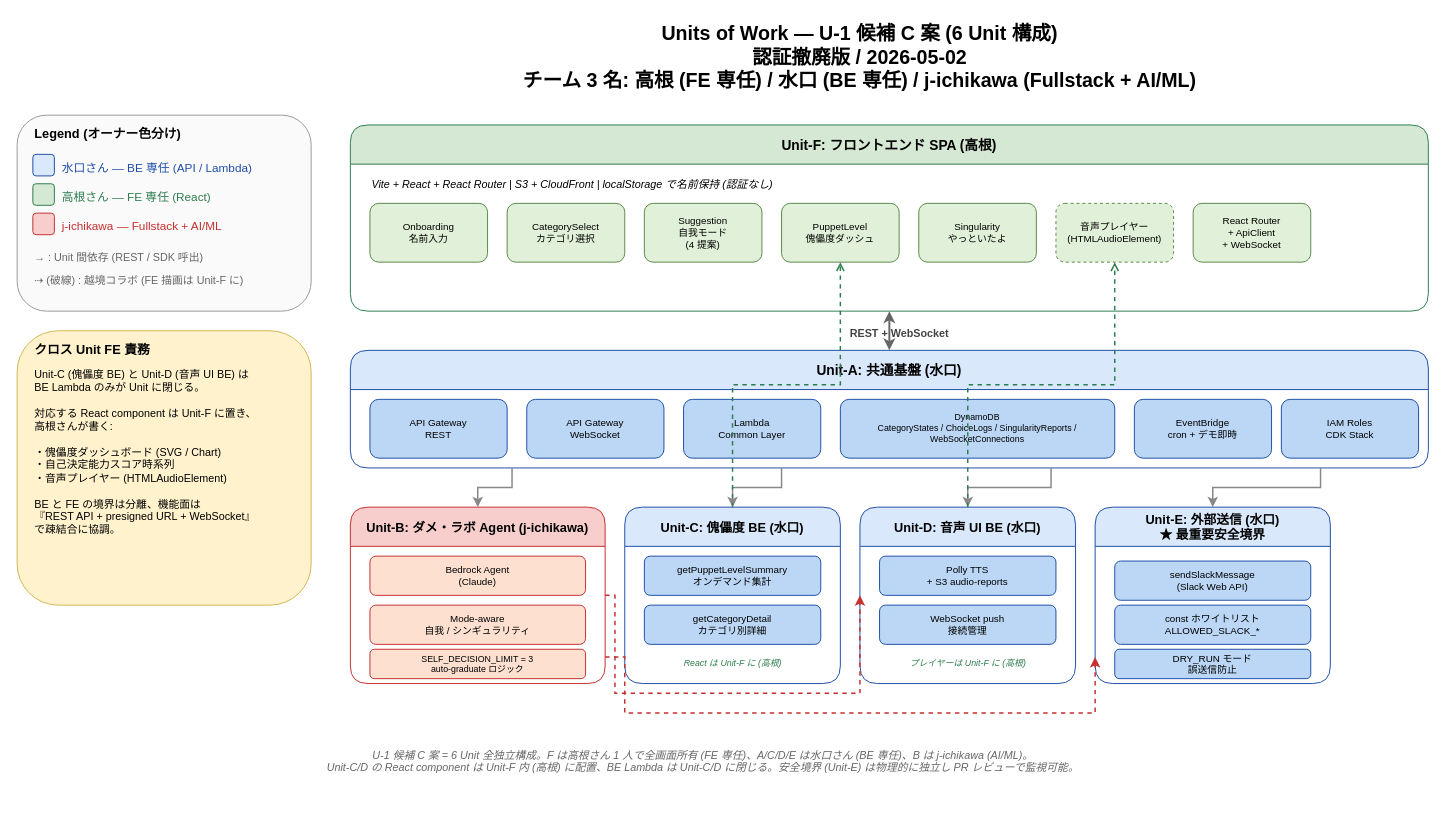
Before: aidlc-docs/inception/application-design/unit-of-work.drawio in is-tech-lab/team-dlc-dame-labo-corporation, a draw.io diagram. Source tidied: cells renumbered, new cells numbered last; positions are measured from the earlier drawing's top-left corner, leaving out a move shared by most shapes. Both pictures are drawn from the tidied source at 98%, with x=0, y=0 at pixel (17, 17).
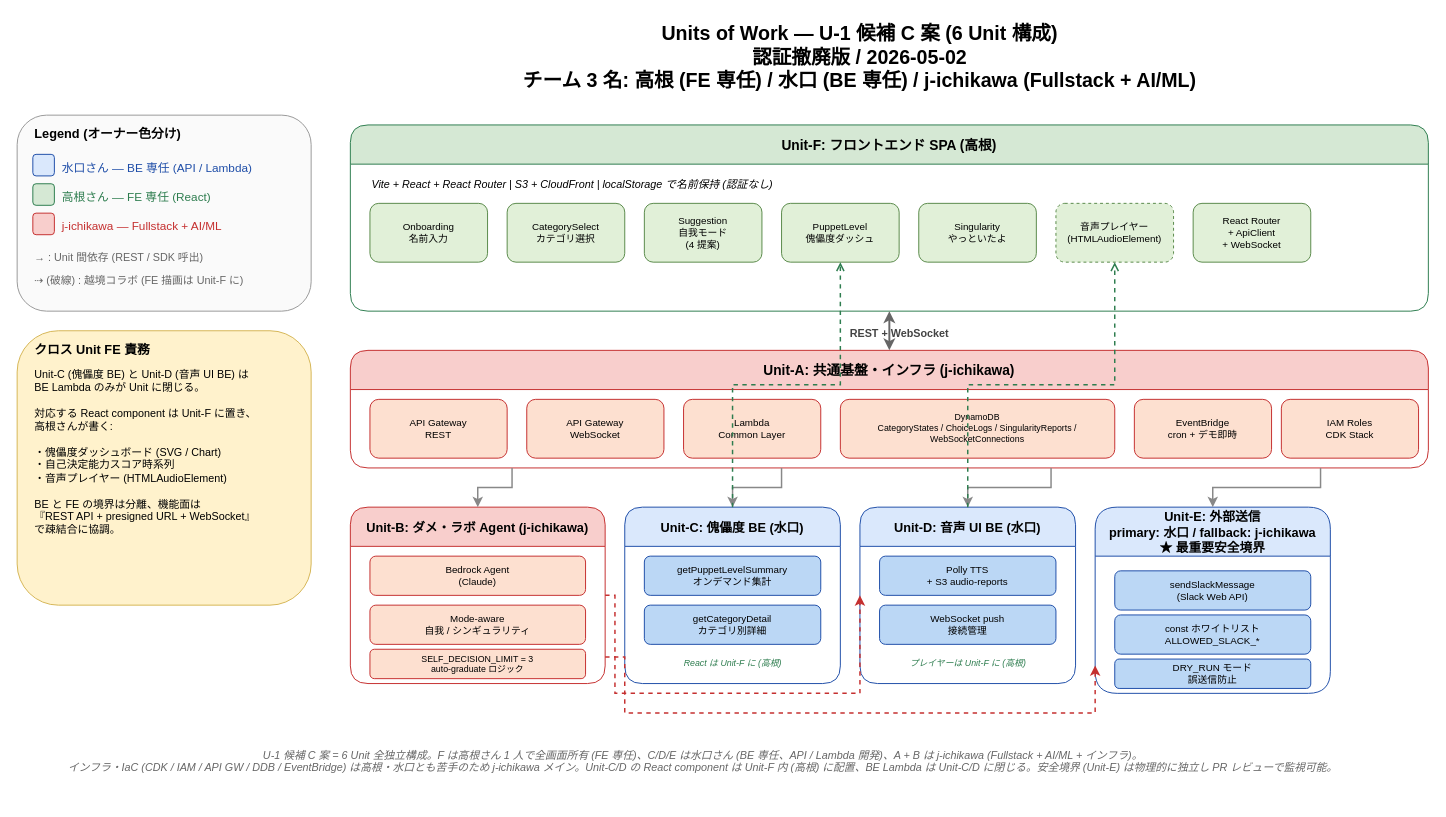
The same diagram, later.

Commit message (it also covers changes not shown here):
Complete Units Generation: 6 Unit decomposition + 書類審査用正規 Story map

The edit, as a diff of the source:
```diff
@@
-    <mxCell id="25" value="Unit-A: 共通基盤 (水口)" style="swimlane;startSize=40;fillColor=#dae8fc;strokeColor=#1f4ea8;fontSize=14;fontStyle=1;rounded=1;" parent="1" vertex="1">
+    <mxCell id="25" value="Unit-A: 共通基盤・インフラ (j-ichikawa)" style="swimlane;startSize=40;fillColor=#f8cecc;strokeColor=#c53030;fontSize=14;fontStyle=1;rounded=1;" parent="1" vertex="1">
       <mxGeometry x="340" y="340" width="1100" height="120" as="geometry" />
     </mxCell>
-    <mxCell id="26" value="API Gateway&#10;REST" style="rounded=1;fillColor=#bbd7f5;strokeColor=#1f4ea8;whiteSpace=wrap;fontSize=10;" parent="25" vertex="1">
+    <mxCell id="26" value="API Gateway&#10;REST" style="rounded=1;fillColor=#fde0d0;strokeColor=#c53030;whiteSpace=wrap;fontSize=10;" parent="25" vertex="1">
       <mxGeometry x="20" y="50" width="140" height="60" as="geometry" />
     </mxCell>
-    <mxCell id="27" value="API Gateway&#10;WebSocket" style="rounded=1;fillColor=#bbd7f5;strokeColor=#1f4ea8;whiteSpace=wrap;fontSize=10;" parent="25" vertex="1">
+    <mxCell id="27" value="API Gateway&#10;WebSocket" style="rounded=1;fillColor=#fde0d0;strokeColor=#c53030;whiteSpace=wrap;fontSize=10;" parent="25" vertex="1">
       <mxGeometry x="180" y="50" width="140" height="60" as="geometry" />
     </mxCell>
-    <mxCell id="28" value="Lambda&#10;Common Layer" style="rounded=1;fillColor=#bbd7f5;strokeColor=#1f4ea8;whiteSpace=wrap;fontSize=10;" parent="25" vertex="1">
+    <mxCell id="28" value="Lambda&#10;Common Layer" style="rounded=1;fillColor=#fde0d0;strokeColor=#c53030;whiteSpace=wrap;fontSize=10;" parent="25" vertex="1">
       <mxGeometry x="340" y="50" width="140" height="60" as="geometry" />
     </mxCell>
-    <mxCell id="29" value="DynamoDB&#10;CategoryStates / ChoiceLogs / SingularityReports / WebSocketConnections" style="rounded=1;fillColor=#bbd7f5;strokeColor=#1f4ea8;whiteSpace=wrap;fontSize=9;" parent="25" vertex="1">
+    <mxCell id="29" value="DynamoDB&#10;CategoryStates / ChoiceLogs / SingularityReports / WebSocketConnections" style="rounded=1;fillColor=#fde0d0;strokeColor=#c53030;whiteSpace=wrap;fontSize=9;" parent="25" vertex="1">
       <mxGeometry x="500" y="50" width="280" height="60" as="geometry" />
     </mxCell>
-    <mxCell id="30" value="EventBridge&#10;cron + デモ即時" style="rounded=1;fillColor=#bbd7f5;strokeColor=#1f4ea8;whiteSpace=wrap;fontSize=10;" parent="25" vertex="1">
+    <mxCell id="30" value="EventBridge&#10;cron + デモ即時" style="rounded=1;fillColor=#fde0d0;strokeColor=#c53030;whiteSpace=wrap;fontSize=10;" parent="25" vertex="1">
       <mxGeometry x="800" y="50" width="140" height="60" as="geometry" />
     </mxCell>
-    <mxCell id="31" value="IAM Roles&#10;CDK Stack" style="rounded=1;fillColor=#bbd7f5;strokeColor=#1f4ea8;whiteSpace=wrap;fontSize=10;" parent="25" vertex="1">
+    <mxCell id="31" value="IAM Roles&#10;CDK Stack" style="rounded=1;fillColor=#fde0d0;strokeColor=#c53030;whiteSpace=wrap;fontSize=10;" parent="25" vertex="1">
       <mxGeometry x="950" y="50" width="140" height="60" as="geometry" />
     </mxCell>
@@
-    <mxCell id="44" value="Unit-E: 外部送信 (水口)&#10;★ 最重要安全境界" style="swimlane;startSize=40;fillColor=#dae8fc;strokeColor=#1f4ea8;fontSize=13;fontStyle=1;rounded=1;" parent="1" vertex="1">
-      <mxGeometry x="1100" y="500" width="240" height="180" as="geometry" />
+    <mxCell id="44" value="Unit-E: 外部送信&#10;primary: 水口 / fallback: j-ichikawa&#10;★ 最重要安全境界" style="swimlane;startSize=50;fillColor=#dae8fc;strokeColor=#1f4ea8;fontSize=13;fontStyle=1;rounded=1;" parent="1" vertex="1">
+      <mxGeometry x="1100" y="500" width="240" height="190" as="geometry" />
     </mxCell>
     <mxCell id="45" value="sendSlackMessage&#10;(Slack Web API)" style="rounded=1;fillColor=#bbd7f5;strokeColor=#1f4ea8;whiteSpace=wrap;fontSize=10;" parent="44" vertex="1">
-      <mxGeometry x="20" y="55" width="200" height="40" as="geometry" />
+      <mxGeometry x="20" y="65" width="200" height="40" as="geometry" />
     </mxCell>
     <mxCell id="46" value="const ホワイトリスト&#10;ALLOWED_SLACK_*" style="rounded=1;fillColor=#bbd7f5;strokeColor=#1f4ea8;whiteSpace=wrap;fontSize=10;" parent="44" vertex="1">
-      <mxGeometry x="20" y="100" width="200" height="40" as="geometry" />
+      <mxGeometry x="20" y="110" width="200" height="40" as="geometry" />
     </mxCell>
     <mxCell id="47" value="DRY_RUN モード&#10;誤送信防止" style="rounded=1;fillColor=#bbd7f5;strokeColor=#1f4ea8;whiteSpace=wrap;fontSize=10;" parent="44" vertex="1">
-      <mxGeometry x="20" y="145" width="200" height="30" as="geometry" />
+      <mxGeometry x="20" y="155" width="200" height="30" as="geometry" />
     </mxCell>
@@
-    <mxCell id="58" value="U-1 候補 C 案 = 6 Unit 全独立構成。F は高根さん 1 人で全画面所有 (FE 専任)、A/C/D/E は水口さん (BE 専任)、B は j-ichikawa (AI/ML)。&#10;Unit-C/D の React component は Unit-F 内 (高根) に配置、BE Lambda は Unit-C/D に閉じる。安全境界 (Unit-E) は物理的に独立し PR レビューで監視可能。" style="text;html=1;align=center;fontSize=11;fontStyle=2;fontColor=#666;whiteSpace=wrap;" parent="1" vertex="1">
-      <mxGeometry y="740" width="1400" height="50" as="geometry" />
+    <mxCell id="58" value="U-1 候補 C 案 = 6 Unit 全独立構成。F は高根さん 1 人で全画面所有 (FE 専任)、C/D/E は水口さん (BE 専任、API / Lambda 開発)、A + B は j-ichikawa (Fullstack + AI/ML + インフラ)。&#10;インフラ・IaC (CDK / IAM / API GW / DDB / EventBridge) は高根・水口とも苦手のため j-ichikawa メイン。Unit-C/D の React component は Unit-F 内 (高根) に配置、BE Lambda は Unit-C/D に閉じる。安全境界 (Unit-E) は物理的に独立し PR レビューで監視可能。" style="text;html=1;align=center;fontSize=11;fontStyle=2;fontColor=#666;whiteSpace=wrap;" parent="1" vertex="1">
+      <mxGeometry y="740" width="1400" height="60" as="geometry" />
     </mxCell>
```
